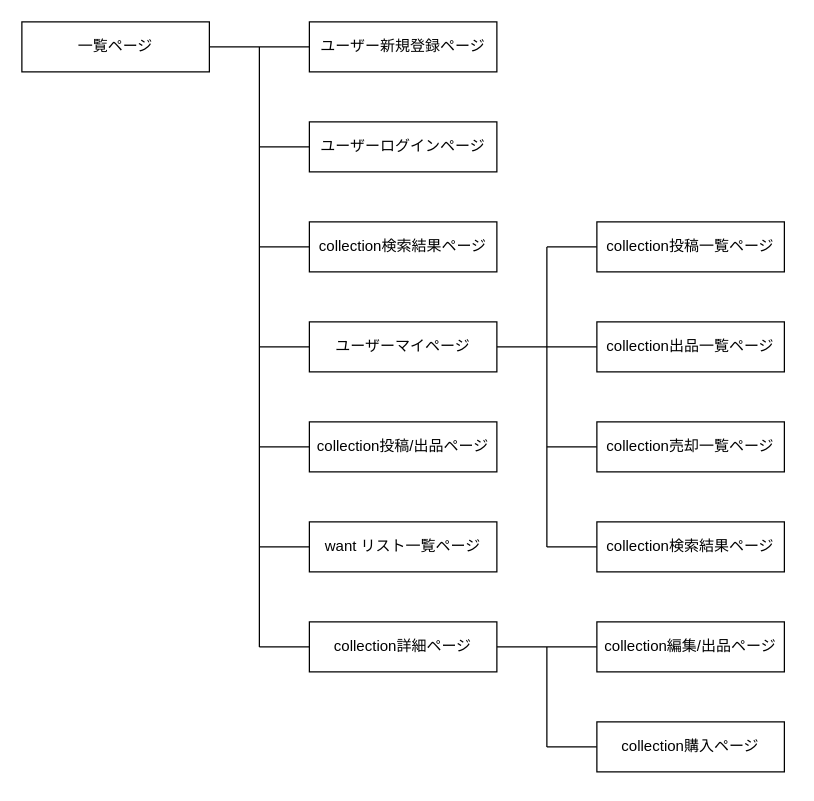
Above: screen_transition_diagram.dio in mimimiguchi/collection_of_record_junkies (draw.io), before the change. Source tidied: cells renumbered, new cells numbered last; positions are measured from the earlier drawing's top-left corner, leaving out a move shared by most shapes. Both pictures are drawn from the tidied source at 125%, with x=0, y=0 at pixel (21, 21).
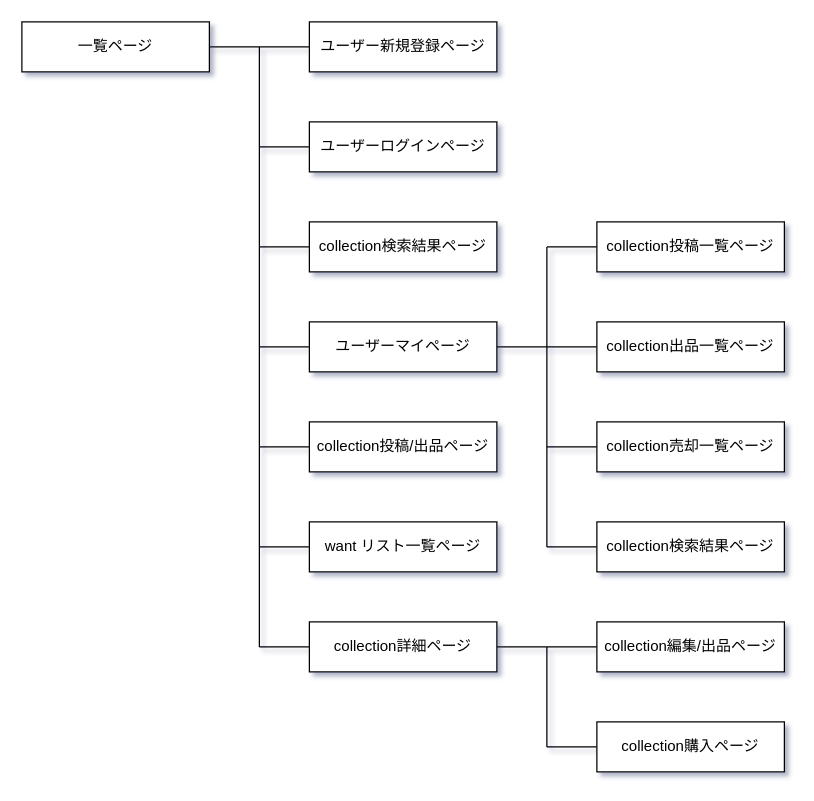
The same page after the edit.

What changed in the source:
```diff
@@
-<mxGraphModel>
+<mxGraphModel background="#FFFFFF" shadow="1">
@@
-    <mxCell id="2" style="edgeStyle=none;html=1;exitX=1;exitY=0.5;exitDx=0;exitDy=0;entryX=0;entryY=0.5;entryDx=0;entryDy=0;endArrow=none;endFill=0;" parent="1" edge="1" source="3" target="4">
+    <mxCell id="2" style="edgeStyle=none;html=1;exitX=1;exitY=0.5;exitDx=0;exitDy=0;entryX=0;entryY=0.5;entryDx=0;entryDy=0;endArrow=none;endFill=0;strokeColor=#000000;" parent="1" edge="1" source="3" target="4">
       <mxGeometry relative="1" as="geometry" />
     </mxCell>
-    <mxCell id="3" value="一覧ページ" style="whiteSpace=wrap;html=1;align=center;" parent="1" vertex="1">
+    <mxCell id="3" value="一覧ページ" style="whiteSpace=wrap;html=1;align=center;fontColor=#000000;strokeColor=#000000;fillColor=#FFFFFF;" parent="1" vertex="1">
       <mxGeometry width="150" height="40" as="geometry" />
     </mxCell>
-    <mxCell id="4" value="ユーザー新規登録ページ" style="whiteSpace=wrap;html=1;align=center;" parent="1" vertex="1">
+    <mxCell id="4" value="ユーザー新規登録ページ" style="whiteSpace=wrap;html=1;align=center;fontColor=#000000;strokeColor=#000000;fillColor=#FFFFFF;" parent="1" vertex="1">
       <mxGeometry x="230" width="150" height="40" as="geometry" />
     </mxCell>
-    <mxCell id="5" style="edgeStyle=none;html=1;exitX=0;exitY=0.5;exitDx=0;exitDy=0;endArrow=none;endFill=0;" parent="1" edge="1" source="6">
+    <mxCell id="5" style="edgeStyle=none;html=1;exitX=0;exitY=0.5;exitDx=0;exitDy=0;endArrow=none;endFill=0;strokeColor=#000000;" parent="1" edge="1" source="6">
       <mxGeometry relative="1" as="geometry">
         <mxPoint x="190" y="100" as="targetPoint" />
       </mxGeometry>
     </mxCell>
-    <mxCell id="6" value="ユーザーログインページ" style="whiteSpace=wrap;html=1;align=center;" parent="1" vertex="1">
+    <mxCell id="6" value="ユーザーログインページ" style="whiteSpace=wrap;html=1;align=center;fontColor=#000000;strokeColor=#000000;fillColor=#FFFFFF;" parent="1" vertex="1">
       <mxGeometry x="230" y="80" width="150" height="40" as="geometry" />
     </mxCell>
-    <mxCell id="7" style="edgeStyle=none;html=1;exitX=0;exitY=0.5;exitDx=0;exitDy=0;endArrow=none;endFill=0;" parent="1" edge="1" source="9">
+    <mxCell id="7" style="edgeStyle=none;html=1;exitX=0;exitY=0.5;exitDx=0;exitDy=0;endArrow=none;endFill=0;strokeColor=#000000;" parent="1" edge="1" source="9">
       <mxGeometry relative="1" as="geometry">
         <mxPoint x="190" y="260" as="targetPoint" />
       </mxGeometry>
     </mxCell>
-    <mxCell id="8" style="edgeStyle=none;html=1;exitX=1;exitY=0.5;exitDx=0;exitDy=0;entryX=0;entryY=0.5;entryDx=0;entryDy=0;endArrow=none;endFill=0;" parent="1" edge="1" source="9" target="16">
+    <mxCell id="8" style="edgeStyle=none;html=1;exitX=1;exitY=0.5;exitDx=0;exitDy=0;entryX=0;entryY=0.5;entryDx=0;entryDy=0;endArrow=none;endFill=0;strokeColor=#000000;" parent="1" edge="1" source="9" target="16">
       <mxGeometry relative="1" as="geometry" />
     </mxCell>
-    <mxCell id="9" value="ユーザーマイページ" style="whiteSpace=wrap;html=1;align=center;" parent="1" vertex="1">
+    <mxCell id="9" value="ユーザーマイページ" style="whiteSpace=wrap;html=1;align=center;fontColor=#000000;strokeColor=#000000;fillColor=#FFFFFF;" parent="1" vertex="1">
       <mxGeometry x="230" y="240" width="150" height="40" as="geometry" />
     </mxCell>
-    <mxCell id="10" style="edgeStyle=none;html=1;exitX=0;exitY=0.5;exitDx=0;exitDy=0;endArrow=none;endFill=0;" parent="1" edge="1" source="11">
+    <mxCell id="10" style="edgeStyle=none;html=1;exitX=0;exitY=0.5;exitDx=0;exitDy=0;endArrow=none;endFill=0;strokeColor=#000000;" parent="1" edge="1" source="11">
       <mxGeometry relative="1" as="geometry">
         <mxPoint x="190" y="340" as="targetPoint" />
       </mxGeometry>
     </mxCell>
-    <mxCell id="11" value="collection投稿/出品ページ" style="whiteSpace=wrap;html=1;align=center;" parent="1" vertex="1">
+    <mxCell id="11" value="collection投稿/出品ページ" style="whiteSpace=wrap;html=1;align=center;fontColor=#000000;strokeColor=#000000;fillColor=#FFFFFF;" parent="1" vertex="1">
       <mxGeometry x="230" y="320" width="150" height="40" as="geometry" />
     </mxCell>
-    <mxCell id="12" style="edgeStyle=none;html=1;exitX=0;exitY=0.5;exitDx=0;exitDy=0;endArrow=none;endFill=0;" parent="1" edge="1" source="14">
+    <mxCell id="12" style="edgeStyle=none;html=1;exitX=0;exitY=0.5;exitDx=0;exitDy=0;endArrow=none;endFill=0;strokeColor=#000000;" parent="1" edge="1" source="14">
       <mxGeometry relative="1" as="geometry">
         <mxPoint x="190" y="500" as="targetPoint" />
       </mxGeometry>
     </mxCell>
-    <mxCell id="13" style="edgeStyle=none;html=1;exitX=1;exitY=0.5;exitDx=0;exitDy=0;entryX=0;entryY=0.5;entryDx=0;entryDy=0;endArrow=none;endFill=0;" parent="1" edge="1" source="14" target="20">
+    <mxCell id="13" style="edgeStyle=none;html=1;exitX=1;exitY=0.5;exitDx=0;exitDy=0;entryX=0;entryY=0.5;entryDx=0;entryDy=0;endArrow=none;endFill=0;strokeColor=#000000;" parent="1" edge="1" source="14" target="20">
       <mxGeometry relative="1" as="geometry" />
     </mxCell>
-    <mxCell id="14" value="collection詳細ページ" style="whiteSpace=wrap;html=1;align=center;" parent="1" vertex="1">
+    <mxCell id="14" value="collection詳細ページ" style="whiteSpace=wrap;html=1;align=center;fontColor=#000000;strokeColor=#000000;fillColor=#FFFFFF;" parent="1" vertex="1">
       <mxGeometry x="230" y="480" width="150" height="40" as="geometry" />
     </mxCell>
-    <mxCell id="15" style="endArrow=none;html=1;rounded=0;" parent="1" edge="1">
+    <mxCell id="15" style="endArrow=none;html=1;rounded=0;strokeColor=#000000;" parent="1" edge="1">
       <mxGeometry relative="1" as="geometry">
         <mxPoint x="190" y="20" as="sourcePoint" />
         <mxPoint x="190" y="500" as="targetPoint" />
       </mxGeometry>
     </mxCell>
-    <mxCell id="16" value="collection出品一覧ページ" style="whiteSpace=wrap;html=1;align=center;" parent="1" vertex="1">
+    <mxCell id="16" value="collection出品一覧ページ" style="whiteSpace=wrap;html=1;align=center;fontColor=#000000;strokeColor=#000000;fillColor=#FFFFFF;" parent="1" vertex="1">
       <mxGeometry x="460" y="240" width="150" height="40" as="geometry" />
     </mxCell>
-    <mxCell id="17" style="edgeStyle=none;html=1;exitX=0;exitY=0.5;exitDx=0;exitDy=0;endArrow=none;endFill=0;" parent="1" edge="1" source="18">
+    <mxCell id="17" style="edgeStyle=none;html=1;exitX=0;exitY=0.5;exitDx=0;exitDy=0;endArrow=none;endFill=0;strokeColor=#000000;" parent="1" edge="1" source="18">
       <mxGeometry relative="1" as="geometry">
         <mxPoint x="420" y="340" as="targetPoint" />
       </mxGeometry>
     </mxCell>
-    <mxCell id="18" value="collection売却一覧ページ" style="whiteSpace=wrap;html=1;align=center;" parent="1" vertex="1">
+    <mxCell id="18" value="collection売却一覧ページ" style="whiteSpace=wrap;html=1;align=center;fontColor=#000000;strokeColor=#000000;fillColor=#FFFFFF;" parent="1" vertex="1">
       <mxGeometry x="460" y="320" width="150" height="40" as="geometry" />
     </mxCell>
-    <mxCell id="19" style="endArrow=none;html=1;rounded=0;" parent="1" edge="1">
+    <mxCell id="19" style="endArrow=none;html=1;rounded=0;strokeColor=#000000;" parent="1" edge="1">
       <mxGeometry relative="1" as="geometry">
         <mxPoint x="420" y="260" as="sourcePoint" />
         <mxPoint x="420" y="420" as="targetPoint" />
       </mxGeometry>
     </mxCell>
-    <mxCell id="20" value="collection編集/出品ページ" style="whiteSpace=wrap;html=1;align=center;" parent="1" vertex="1">
+    <mxCell id="20" value="collection編集/出品ページ" style="whiteSpace=wrap;html=1;align=center;fontColor=#000000;strokeColor=#000000;fillColor=#FFFFFF;" parent="1" vertex="1">
       <mxGeometry x="460" y="480" width="150" height="40" as="geometry" />
     </mxCell>
-    <mxCell id="21" style="edgeStyle=none;html=1;exitX=0;exitY=0.5;exitDx=0;exitDy=0;endArrow=none;endFill=0;" parent="1" edge="1" source="22">
+    <mxCell id="21" style="edgeStyle=none;html=1;exitX=0;exitY=0.5;exitDx=0;exitDy=0;endArrow=none;endFill=0;strokeColor=#000000;" parent="1" edge="1" source="22">
       <mxGeometry relative="1" as="geometry">
         <mxPoint x="420" y="580" as="targetPoint" />
       </mxGeometry>
     </mxCell>
-    <mxCell id="22" value="collection購入ページ" style="whiteSpace=wrap;html=1;align=center;" parent="1" vertex="1">
+    <mxCell id="22" value="collection購入ページ" style="whiteSpace=wrap;html=1;align=center;fontColor=#000000;strokeColor=#000000;fillColor=#FFFFFF;" parent="1" vertex="1">
       <mxGeometry x="460" y="560" width="150" height="40" as="geometry" />
     </mxCell>
-    <mxCell id="23" style="endArrow=none;html=1;rounded=0;" parent="1" edge="1">
+    <mxCell id="23" style="endArrow=none;html=1;rounded=0;strokeColor=#000000;" parent="1" edge="1">
       <mxGeometry relative="1" as="geometry">
         <mxPoint x="420" y="500" as="sourcePoint" />
         <mxPoint x="420" y="580" as="targetPoint" />
       </mxGeometry>
     </mxCell>
-    <mxCell id="24" style="edgeStyle=none;html=1;exitX=0;exitY=0.5;exitDx=0;exitDy=0;endArrow=none;endFill=0;" parent="1" edge="1" source="25">
+    <mxCell id="24" style="edgeStyle=none;html=1;exitX=0;exitY=0.5;exitDx=0;exitDy=0;endArrow=none;endFill=0;strokeColor=#000000;" parent="1" edge="1" source="25">
       <mxGeometry relative="1" as="geometry">
         <mxPoint x="190" y="420" as="targetPoint" />
       </mxGeometry>
     </mxCell>
-    <mxCell id="25" value="want リスト一覧ページ" style="whiteSpace=wrap;html=1;align=center;" parent="1" vertex="1">
+    <mxCell id="25" value="want リスト一覧ページ" style="whiteSpace=wrap;html=1;align=center;fontColor=#000000;strokeColor=#000000;fillColor=#FFFFFF;" parent="1" vertex="1">
       <mxGeometry x="230" y="400" width="150" height="40" as="geometry" />
     </mxCell>
-    <mxCell id="26" style="endArrow=none;html=1;rounded=0;" parent="1" edge="1">
+    <mxCell id="26" style="endArrow=none;html=1;rounded=0;strokeColor=#000000;" parent="1" edge="1">
       <mxGeometry relative="1" as="geometry">
         <mxPoint x="420" y="180" as="sourcePoint" />
         <mxPoint x="420" y="260" as="targetPoint" />
       </mxGeometry>
     </mxCell>
-    <mxCell id="27" style="edgeStyle=none;html=1;exitX=0;exitY=0.5;exitDx=0;exitDy=0;endArrow=none;endFill=0;" parent="1" edge="1" source="28">
+    <mxCell id="27" style="edgeStyle=none;html=1;exitX=0;exitY=0.5;exitDx=0;exitDy=0;endArrow=none;endFill=0;strokeColor=#000000;" parent="1" edge="1" source="28">
       <mxGeometry relative="1" as="geometry">
         <mxPoint x="420" y="180" as="targetPoint" />
       </mxGeometry>
     </mxCell>
-    <mxCell id="28" value="collection投稿一覧ページ" style="whiteSpace=wrap;html=1;align=center;" parent="1" vertex="1">
+    <mxCell id="28" value="collection投稿一覧ページ" style="whiteSpace=wrap;html=1;align=center;fontColor=#000000;strokeColor=#000000;fillColor=#FFFFFF;" parent="1" vertex="1">
       <mxGeometry x="460" y="160" width="150" height="40" as="geometry" />
     </mxCell>
-    <mxCell id="29" value="collection検索結果ページ" style="whiteSpace=wrap;html=1;align=center;" parent="1" vertex="1">
+    <mxCell id="29" value="collection検索結果ページ" style="whiteSpace=wrap;html=1;align=center;fontColor=#000000;strokeColor=#000000;fillColor=#FFFFFF;" parent="1" vertex="1">
       <mxGeometry x="230" y="160" width="150" height="40" as="geometry" />
     </mxCell>
-    <mxCell id="30" style="edgeStyle=none;html=1;exitX=0;exitY=0.5;exitDx=0;exitDy=0;endArrow=none;endFill=0;" parent="1" edge="1" source="29">
+    <mxCell id="30" style="edgeStyle=none;html=1;exitX=0;exitY=0.5;exitDx=0;exitDy=0;endArrow=none;endFill=0;strokeColor=#000000;" parent="1" edge="1" source="29">
       <mxGeometry relative="1" as="geometry">
         <mxPoint x="190" y="180" as="targetPoint" />
       </mxGeometry>
     </mxCell>
-    <mxCell id="31" style="edgeStyle=none;html=1;exitX=0;exitY=0.5;exitDx=0;exitDy=0;endArrow=none;endFill=0;" parent="1" edge="1" source="32">
+    <mxCell id="31" style="edgeStyle=none;html=1;exitX=0;exitY=0.5;exitDx=0;exitDy=0;endArrow=none;endFill=0;strokeColor=#000000;" parent="1" edge="1" source="32">
       <mxGeometry relative="1" as="geometry">
         <mxPoint x="420" y="420" as="targetPoint" />
       </mxGeometry>
     </mxCell>
-    <mxCell id="32" value="collection検索結果ページ" style="whiteSpace=wrap;html=1;align=center;" parent="1" vertex="1">
+    <mxCell id="32" value="collection検索結果ページ" style="whiteSpace=wrap;html=1;align=center;fontColor=#000000;strokeColor=#000000;fillColor=#FFFFFF;" parent="1" vertex="1">
       <mxGeometry x="460" y="400" width="150" height="40" as="geometry" />
     </mxCell>
```
